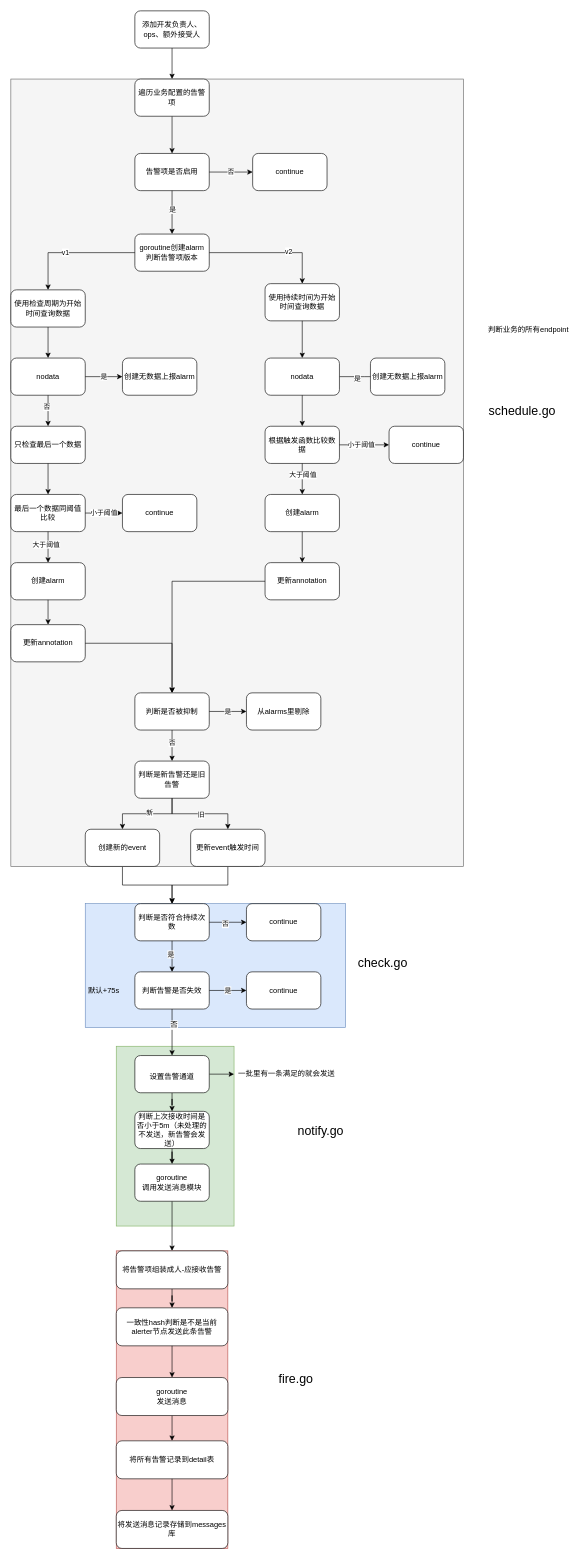
This is alarm流程.drawio from wupei-w/diagrams, a draw.io file, before an edit. Source tidied: cells renumbered, new cells numbered last; positions are measured from the earlier drawing's top-left corner, leaving out a move shared by most shapes. Both pictures are drawn from the tidied source at 62%, with x=0, y=0 at pixel (11, 11).
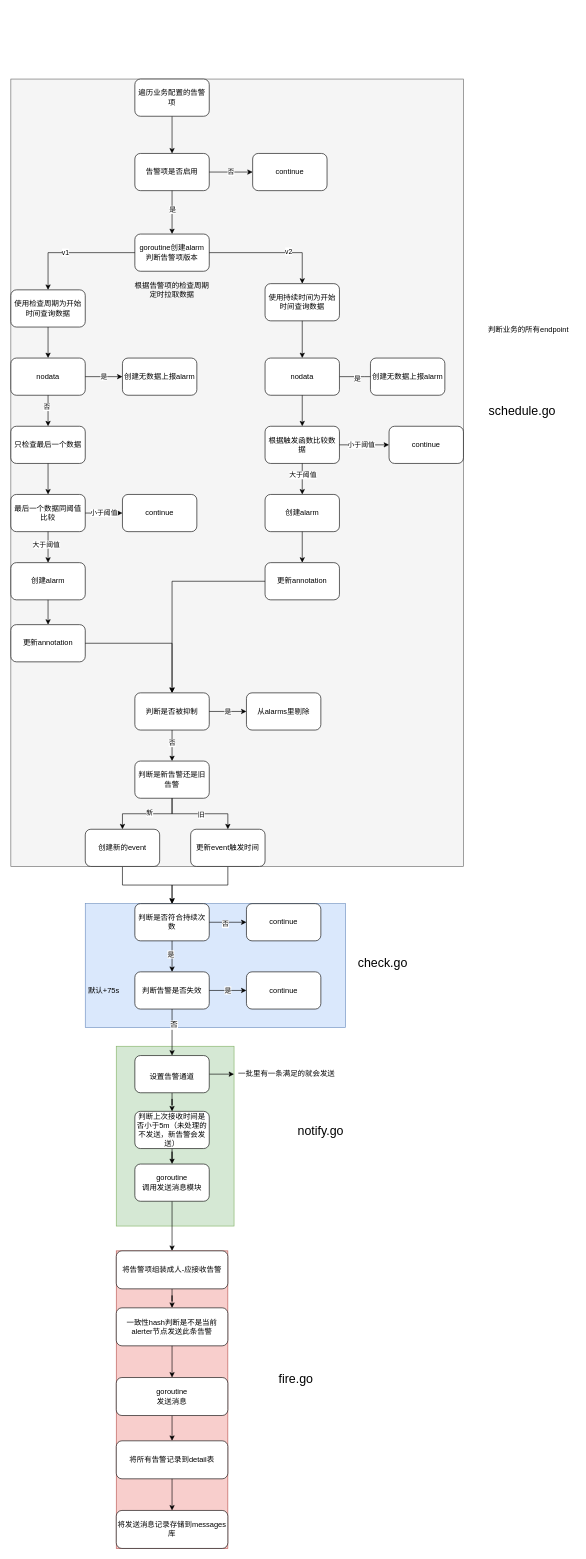
After the change.

Unchanged cells that the change refers to:
```xml
<mxCell id="19" style="group;fillColor=#f5f5f5;fontColor=#333333;strokeColor=#666666;" parent="1" vertex="1">
  <mxGeometry y="110" width="730" height="1270" as="geometry" />
</mxCell>
<mxCell id="31" value="遍历业务配置的告警项" style="rounded=1;whiteSpace=wrap;html=1;" parent="19" vertex="1">
  <mxGeometry x="200" width="120" height="60" as="geometry" />
</mxCell>
```

Diff of the diagram source:
```diff
@@
-    <mxCell id="2" style="edgeStyle=orthogonalEdgeStyle;rounded=0;jettySize=auto;html=1;" parent="1" edge="1" source="3" target="31">
-      <mxGeometry relative="1" as="geometry" />
-    </mxCell>
-    <mxCell id="3" value="添加开发负责人、ops、额外接受人" style="rounded=1;whiteSpace=wrap;html=1;" parent="1" vertex="1">
-      <mxGeometry x="200" width="120" height="60" as="geometry" />
-    </mxCell>
@@
+    <mxCell id="104" value="根据告警项的检查周期定时拉取数据" style="text;html=1;strokeColor=none;fillColor=none;align=center;verticalAlign=middle;whiteSpace=wrap;rounded=0;" parent="19" vertex="1">
+      <mxGeometry x="195" y="325" width="130" height="30" as="geometry" />
+    </mxCell>
```
